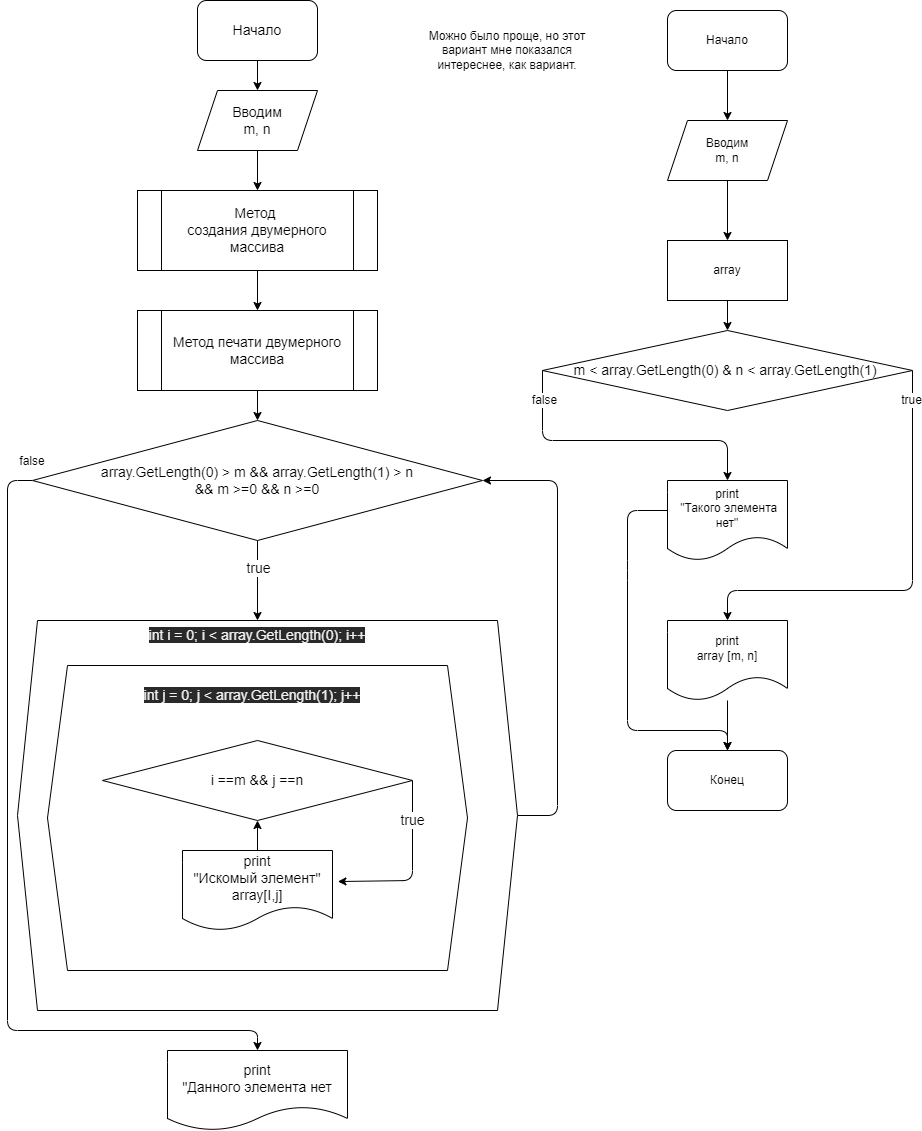
Before: HWork7/Task50/diagram.dravio.png, a diagram exported from draw.io (VladimirVicPar/qwerty1). Source tidied: cells renumbered, new cells last; positions are measured from the earlier drawing's top-left corner, leaving out a move shared by most shapes.
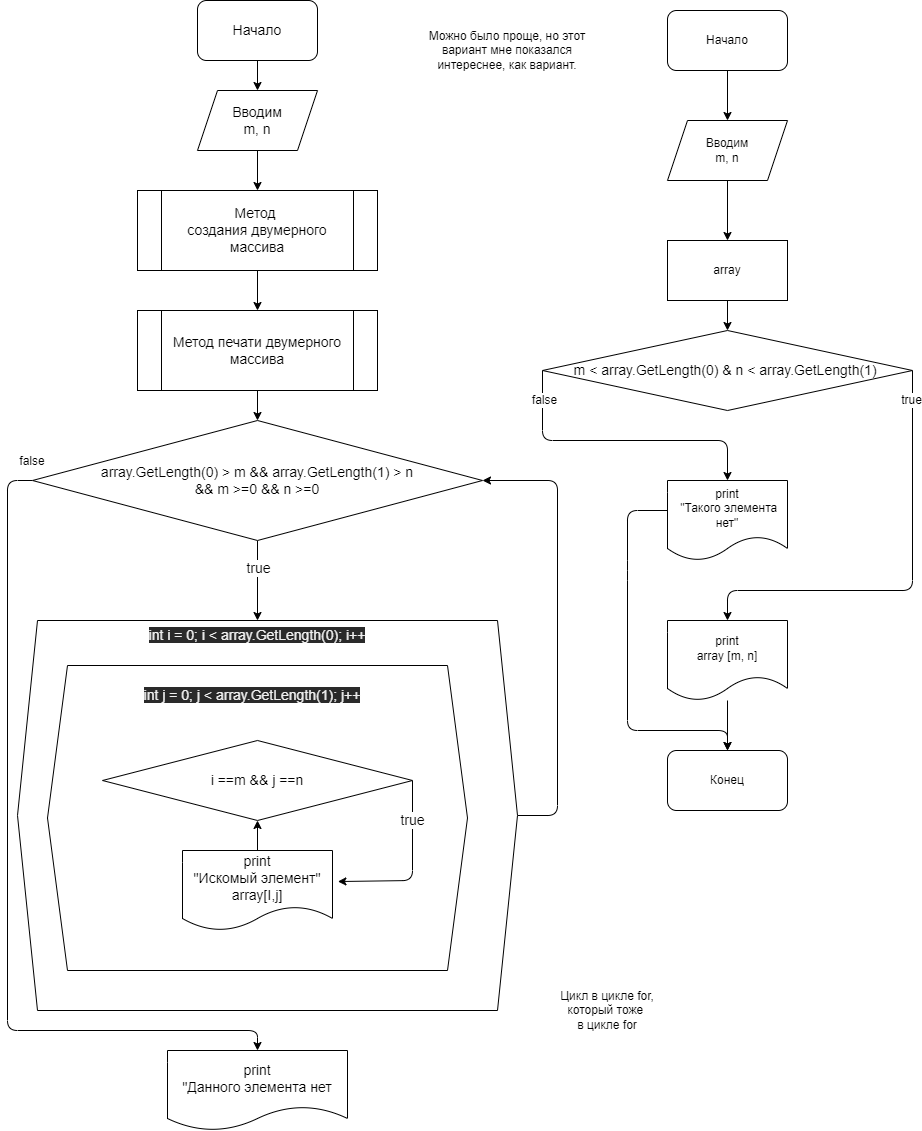
Above is the later version.

Commit message:
Commite HWork7

Change to the diagram source:
```diff
@@ -176,5 +176,8 @@
     <mxCell id="45" value="Конец" style="rounded=1;whiteSpace=wrap;html=1;fontSize=12;" parent="1" vertex="1">
       <mxGeometry x="665" y="750" width="120" height="60" as="geometry" />
     </mxCell>
+    <mxCell id="46" value="Цикл в цикле for,&lt;br&gt;который тоже &lt;br&gt;в цикле for" style="text;html=1;strokeColor=none;fillColor=none;align=center;verticalAlign=middle;whiteSpace=wrap;rounded=0;" parent="1" vertex="1">
+      <mxGeometry x="525" y="940" width="160" height="140" as="geometry" />
+    </mxCell>
   </root>
 </mxGraphModel>
```
